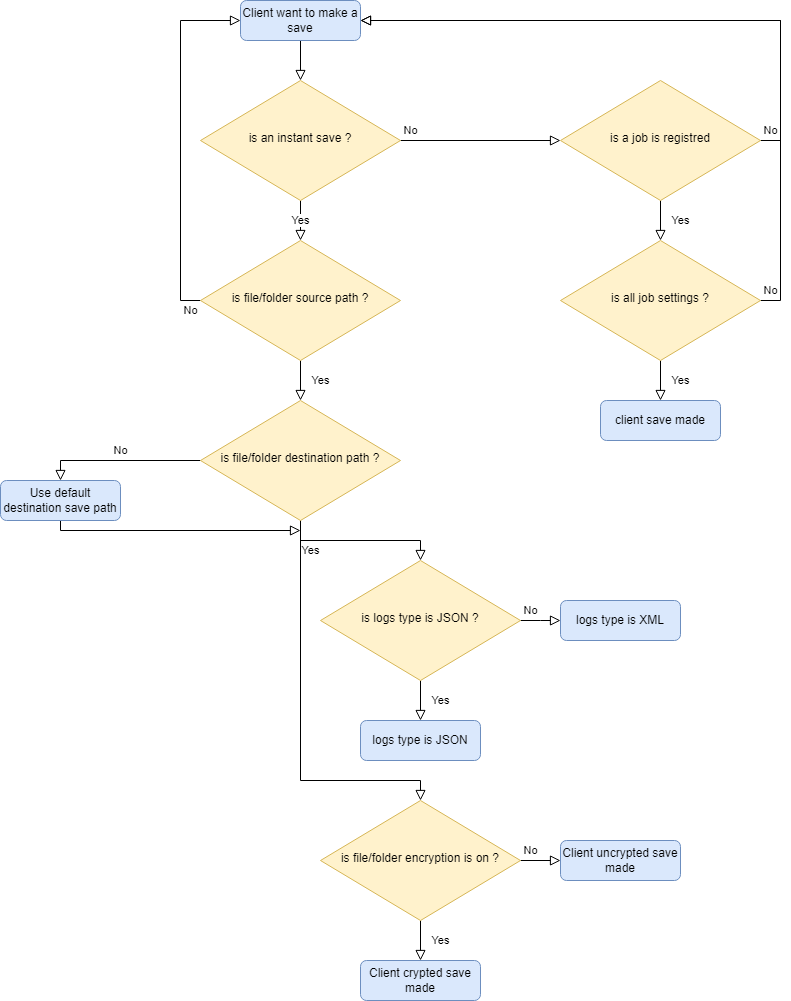
Above: CDC/3.0/flow_diagram.png in Atineon/easysave_production (draw.io), before the change. Source tidied: cells renumbered, new cells last; positions are measured from the earlier drawing's top-left corner, leaving out a move shared by most shapes.
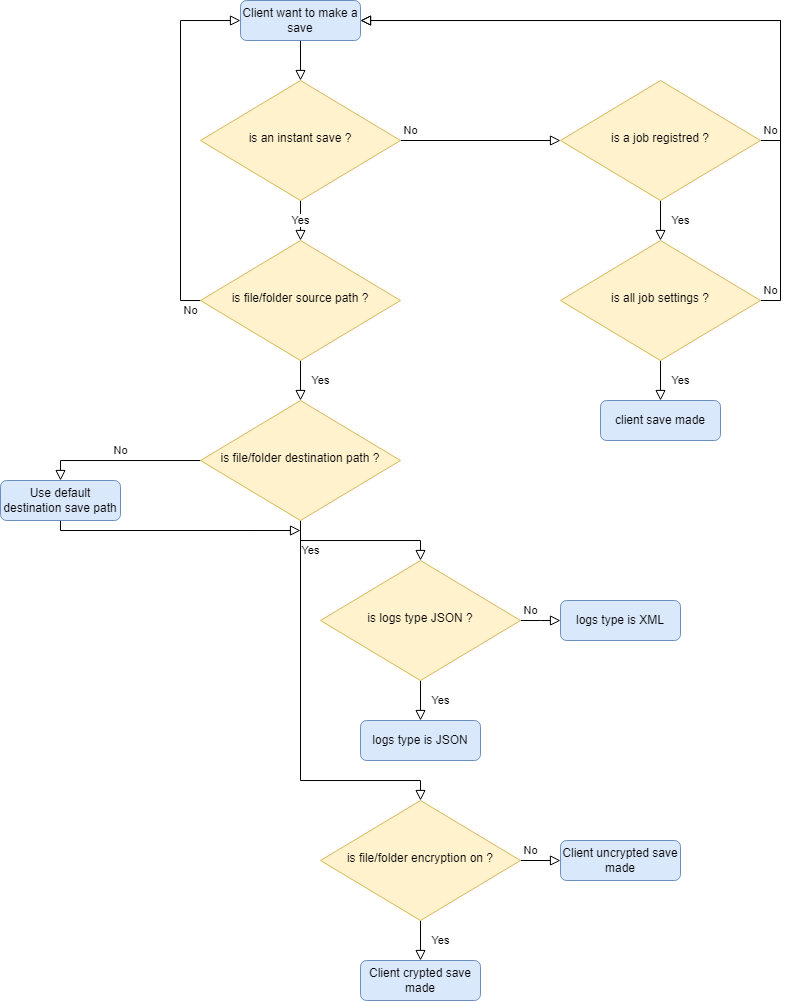
Above is the later version.

Commit message:
fix: flow diagram name

What changed in the source:
```diff
@@ -28,7 +28,7 @@
     <mxCell id="8" value="No" style="edgeStyle=orthogonalEdgeStyle;rounded=0;html=1;jettySize=auto;fontSize=11;endArrow=block;endFill=0;endSize=8;strokeWidth=1;shadow=0;labelBackgroundColor=none;" parent="1" edge="1" source="9" target="11">
       <mxGeometry x="-0.5" y="10" relative="1" as="geometry" />
     </mxCell>
-    <mxCell id="9" value="is file/folder encryption is on ?" style="rhombus;whiteSpace=wrap;html=1;shadow=0;fontFamily=Helvetica;fontSize=12;align=center;strokeWidth=1;spacing=6;spacingTop=-4;fillColor=#fff2cc;strokeColor=#d6b656;" parent="1" vertex="1">
+    <mxCell id="9" value="is file/folder encryption on ?" style="rhombus;whiteSpace=wrap;html=1;shadow=0;fontFamily=Helvetica;fontSize=12;align=center;strokeWidth=1;spacing=6;spacingTop=-4;fillColor=#fff2cc;strokeColor=#d6b656;" parent="1" vertex="1">
       <mxGeometry x="320" y="800" width="200" height="120" as="geometry" />
     </mxCell>
     <mxCell id="10" value="Client crypted save made" style="rounded=1;whiteSpace=wrap;html=1;fontSize=12;glass=0;strokeWidth=1;shadow=0;fillColor=#dae8fc;strokeColor=#6c8ebf;" parent="1" vertex="1">
@@ -74,7 +74,7 @@
         </Array>
       </mxGeometry>
     </mxCell>
-    <mxCell id="18" value="is logs type is JSON ?" style="rhombus;whiteSpace=wrap;html=1;shadow=0;fontFamily=Helvetica;fontSize=12;align=center;strokeWidth=1;spacing=6;spacingTop=-4;fillColor=#fff2cc;strokeColor=#d6b656;" parent="1" vertex="1">
+    <mxCell id="18" value="is logs type JSON ?" style="rhombus;whiteSpace=wrap;html=1;shadow=0;fontFamily=Helvetica;fontSize=12;align=center;strokeWidth=1;spacing=6;spacingTop=-4;fillColor=#fff2cc;strokeColor=#d6b656;" parent="1" vertex="1">
       <mxGeometry x="320" y="560" width="200" height="120" as="geometry" />
     </mxCell>
     <mxCell id="19" value="logs type is JSON" style="rounded=1;whiteSpace=wrap;html=1;fontSize=12;glass=0;strokeWidth=1;shadow=0;fillColor=#dae8fc;strokeColor=#6c8ebf;" parent="1" vertex="1">
@@ -103,7 +103,7 @@
         </Array>
       </mxGeometry>
     </mxCell>
-    <mxCell id="26" value="is a job is registred" style="rhombus;whiteSpace=wrap;html=1;shadow=0;fontFamily=Helvetica;fontSize=12;align=center;strokeWidth=1;spacing=6;spacingTop=-4;fillColor=#fff2cc;strokeColor=#d6b656;" parent="1" vertex="1">
+    <mxCell id="26" value="is a job registred ?" style="rhombus;whiteSpace=wrap;html=1;shadow=0;fontFamily=Helvetica;fontSize=12;align=center;strokeWidth=1;spacing=6;spacingTop=-4;fillColor=#fff2cc;strokeColor=#d6b656;" parent="1" vertex="1">
       <mxGeometry x="560" y="80" width="200" height="120" as="geometry" />
     </mxCell>
     <mxCell id="27" value="Yes" style="edgeStyle=orthogonalEdgeStyle;rounded=0;jettySize=auto;html=1;endArrow=block;endFill=0;endSize=8;" parent="1" edge="1" source="29" target="30">
```
